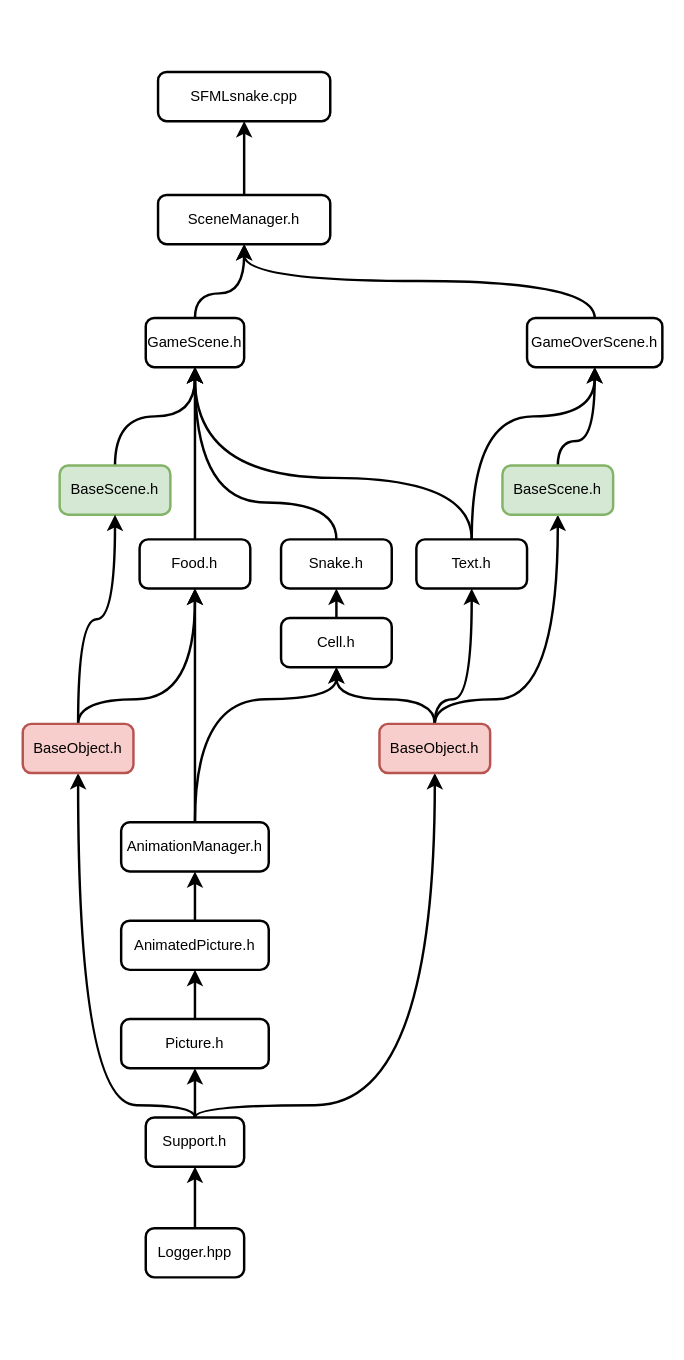
Above: importScheme.drawio in AKTOETO/SFMLsnake (draw.io), before the change. Source tidied: cells renumbered, new cells numbered last; positions are measured from the earlier drawing's top-left corner, leaving out a move shared by most shapes. Both pictures are drawn from the tidied source at 123%, with x=0, y=0 at pixel (22, 71).
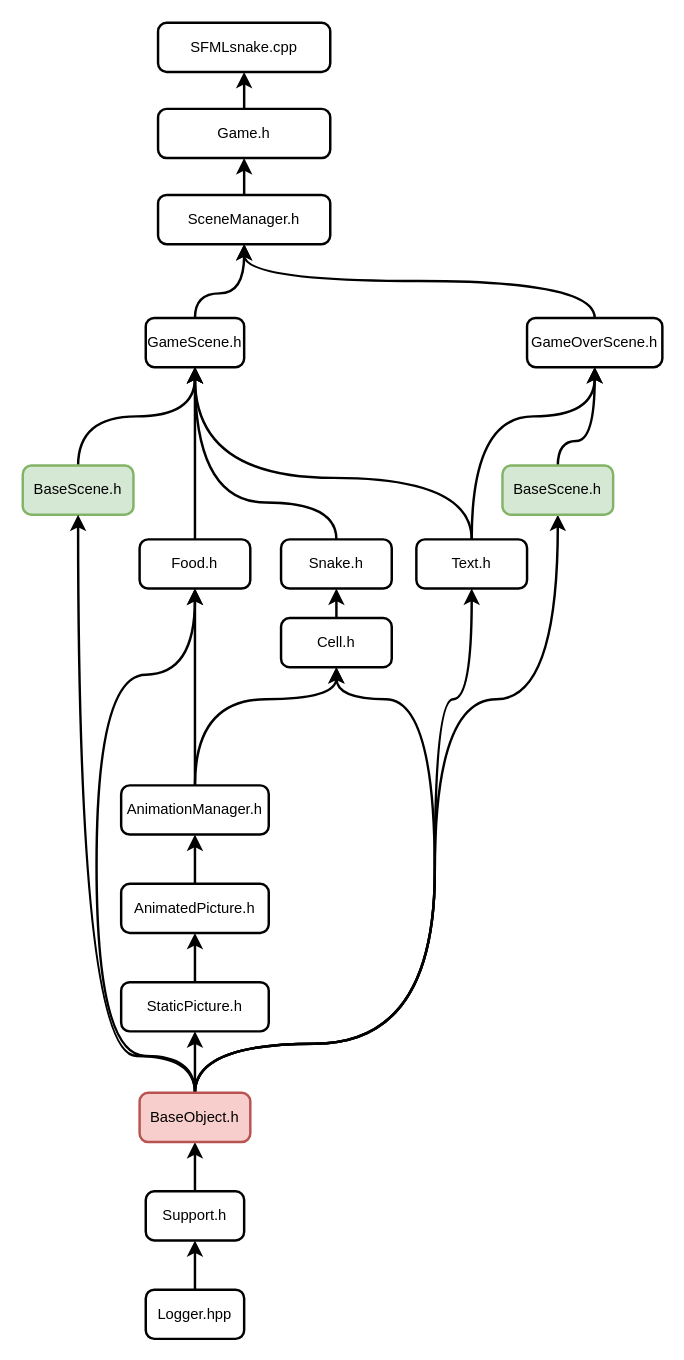
The same page after the edit.

The change refers to these unchanged cells:
```xml
<mxCell id="4" value="SceneManager.h" style="rounded=1;whiteSpace=wrap;html=1;absoluteArcSize=1;arcSize=14;strokeWidth=2;" parent="1" vertex="1">
  <mxGeometry x="110" y="100" width="140" height="40" as="geometry" />
</mxCell>
<mxCell id="20" value="Food.h" style="rounded=1;whiteSpace=wrap;html=1;absoluteArcSize=1;arcSize=14;strokeWidth=2;" parent="1" vertex="1">
  <mxGeometry x="95" y="380" width="90" height="40" as="geometry" />
</mxCell>
<mxCell id="23" value="Text.h" style="rounded=1;whiteSpace=wrap;html=1;absoluteArcSize=1;arcSize=14;strokeWidth=2;" parent="1" vertex="1">
  <mxGeometry x="320" y="380" width="90" height="40" as="geometry" />
</mxCell>
<mxCell id="25" value="Cell.h" style="rounded=1;whiteSpace=wrap;html=1;absoluteArcSize=1;arcSize=14;strokeWidth=2;" parent="1" vertex="1">
  <mxGeometry x="210" y="444" width="90" height="40" as="geometry" />
</mxCell>
<mxCell id="41" value="BaseScene.h" style="rounded=1;whiteSpace=wrap;html=1;absoluteArcSize=1;arcSize=14;strokeWidth=2;fillColor=#d5e8d4;strokeColor=#82b366;" parent="1" vertex="1">
  <mxGeometry x="390" y="320" width="90" height="40" as="geometry" />
</mxCell>
```

The edit, as a diff of the source:
```diff
@@
     <mxCell id="2" value="SFMLsnake.cpp" style="rounded=1;whiteSpace=wrap;html=1;absoluteArcSize=1;arcSize=14;strokeWidth=2;" parent="1" vertex="1">
-      <mxGeometry x="110" width="140" height="40" as="geometry" />
+      <mxGeometry x="110" y="-40" width="140" height="40" as="geometry" />
     </mxCell>
-    <mxCell id="3" style="edgeStyle=orthogonalEdgeStyle;rounded=0;jettySize=auto;html=1;exitX=0.5;exitY=0;exitDx=0;exitDy=0;entryX=0.5;entryY=1;entryDx=0;entryDy=0;strokeWidth=2;endArrow=classic;endFill=1;targetPerimeterSpacing=0;endSize=7;startSize=7;shadow=0;elbow=vertical;curved=1;" parent="1" edge="1" source="4" target="2">
-      <mxGeometry relative="1" as="geometry" />
-    </mxCell>
+    <mxCell id="42" style="edgeStyle=orthogonalEdgeStyle;rounded=0;jettySize=auto;html=1;exitX=0.5;exitY=0;exitDx=0;exitDy=0;entryX=0.5;entryY=1;entryDx=0;entryDy=0;strokeWidth=2;endSize=7;startSize=7;curved=1;" parent="1" edge="1" source="4" target="47">
+      <mxGeometry relative="1" as="geometry" />
+    </mxCell>
@@
-    <mxCell id="5" style="edgeStyle=orthogonalEdgeStyle;curved=1;rounded=0;jettySize=auto;html=1;exitX=0.5;exitY=0;exitDx=0;exitDy=0;entryX=0.5;entryY=1;entryDx=0;entryDy=0;startSize=7;endSize=7;strokeWidth=2;" parent="1" edge="1" source="8" target="32">
-      <mxGeometry relative="1" as="geometry" />
-    </mxCell>
-    <mxCell id="6" style="edgeStyle=orthogonalEdgeStyle;curved=1;rounded=0;jettySize=auto;html=1;exitX=0.5;exitY=0;exitDx=0;exitDy=0;entryX=0.5;entryY=1;entryDx=0;entryDy=0;startSize=7;endSize=7;strokeWidth=2;" parent="1" edge="1" source="8" target="35">
-      <mxGeometry relative="1" as="geometry">
-        <Array as="points">
-          <mxPoint x="140" y="840" />
-          <mxPoint x="45" y="840" />
-        </Array>
-      </mxGeometry>
-    </mxCell>
     <mxCell id="7" style="edgeStyle=orthogonalEdgeStyle;curved=1;rounded=0;jettySize=auto;html=1;exitX=0.5;exitY=0;exitDx=0;exitDy=0;entryX=0.5;entryY=1;entryDx=0;entryDy=0;startSize=7;endSize=7;strokeWidth=2;" parent="1" edge="1" source="8" target="39">
       <mxGeometry relative="1" as="geometry">
         <Array as="points">
-          <mxPoint x="140" y="840" />
-          <mxPoint x="335" y="840" />
+          <mxPoint x="140" y="880" />
+          <mxPoint x="140" y="880" />
         </Array>
       </mxGeometry>
     </mxCell>
     <mxCell id="8" value="Support.h" style="rounded=1;whiteSpace=wrap;html=1;absoluteArcSize=1;arcSize=14;strokeWidth=2;" parent="1" vertex="1">
-      <mxGeometry x="100" y="850" width="80" height="40" as="geometry" />
+      <mxGeometry x="100" y="910" width="80" height="40" as="geometry" />
     </mxCell>
@@
     <mxCell id="10" value="Logger.hpp" style="rounded=1;whiteSpace=wrap;html=1;absoluteArcSize=1;arcSize=14;strokeWidth=2;" parent="1" vertex="1">
-      <mxGeometry x="100" y="940" width="80" height="40" as="geometry" />
+      <mxGeometry x="100" y="990" width="80" height="40" as="geometry" />
     </mxCell>
@@
     <mxCell id="16" value="BaseScene.h" style="rounded=1;whiteSpace=wrap;html=1;absoluteArcSize=1;arcSize=14;strokeWidth=2;fillColor=#d5e8d4;strokeColor=#82b366;" parent="1" vertex="1">
-      <mxGeometry x="30" y="320" width="90" height="40" as="geometry" />
+      <mxGeometry y="320" width="90" height="40" as="geometry" />
     </mxCell>
@@
     <mxCell id="28" value="AnimationManager.h" style="rounded=1;whiteSpace=wrap;html=1;absoluteArcSize=1;arcSize=14;strokeWidth=2;" parent="1" vertex="1">
-      <mxGeometry x="80" y="610" width="120" height="40" as="geometry" />
+      <mxGeometry x="80" y="580" width="120" height="40" as="geometry" />
     </mxCell>
@@
     <mxCell id="30" value="AnimatedPicture.h" style="rounded=1;whiteSpace=wrap;html=1;absoluteArcSize=1;arcSize=14;strokeWidth=2;" parent="1" vertex="1">
-      <mxGeometry x="80" y="690" width="120" height="40" as="geometry" />
+      <mxGeometry x="80" y="660" width="120" height="40" as="geometry" />
     </mxCell>
@@
-    <mxCell id="32" value="Picture.h" style="rounded=1;whiteSpace=wrap;html=1;absoluteArcSize=1;arcSize=14;strokeWidth=2;" parent="1" vertex="1">
-      <mxGeometry x="80" y="770" width="120" height="40" as="geometry" />
+    <mxCell id="32" value="StaticPicture.h" style="rounded=1;whiteSpace=wrap;html=1;absoluteArcSize=1;arcSize=14;strokeWidth=2;" parent="1" vertex="1">
+      <mxGeometry x="80" y="740" width="120" height="40" as="geometry" />
     </mxCell>
-    <mxCell id="33" style="edgeStyle=orthogonalEdgeStyle;curved=1;rounded=0;jettySize=auto;html=1;exitX=0.5;exitY=0;exitDx=0;exitDy=0;entryX=0.5;entryY=1;entryDx=0;entryDy=0;startSize=7;endSize=7;strokeWidth=2;" parent="1" edge="1" source="35" target="20">
-      <mxGeometry relative="1" as="geometry">
-        <Array as="points">
-          <mxPoint x="45" y="510" />
-          <mxPoint x="140" y="510" />
-        </Array>
-      </mxGeometry>
-    </mxCell>
-    <mxCell id="34" style="edgeStyle=orthogonalEdgeStyle;rounded=0;jettySize=auto;html=1;exitX=0.5;exitY=0;exitDx=0;exitDy=0;entryX=0.5;entryY=1;entryDx=0;entryDy=0;curved=1;startSize=7;endSize=7;strokeWidth=2;" parent="1" edge="1" source="35" target="16">
-      <mxGeometry relative="1" as="geometry" />
-    </mxCell>
-    <mxCell id="35" value="BaseObject.h" style="rounded=1;whiteSpace=wrap;html=1;absoluteArcSize=1;arcSize=14;strokeWidth=2;fillColor=#f8cecc;strokeColor=#b85450;" parent="1" vertex="1">
-      <mxGeometry y="530" width="90" height="40" as="geometry" />
-    </mxCell>
     <mxCell id="36" style="edgeStyle=orthogonalEdgeStyle;curved=1;rounded=0;jettySize=auto;html=1;exitX=0.5;exitY=0;exitDx=0;exitDy=0;entryX=0.5;entryY=1;entryDx=0;entryDy=0;startSize=7;endSize=7;strokeWidth=2;" parent="1" edge="1" source="39" target="25">
       <mxGeometry relative="1" as="geometry">
         <Array as="points">
+          <mxPoint x="140" y="790" />
+          <mxPoint x="335" y="790" />
           <mxPoint x="335" y="510" />
           <mxPoint x="255" y="510" />
         </Array>
       </mxGeometry>
     </mxCell>
     <mxCell id="37" style="edgeStyle=orthogonalEdgeStyle;curved=1;rounded=0;jettySize=auto;html=1;exitX=0.5;exitY=0;exitDx=0;exitDy=0;entryX=0.5;entryY=1;entryDx=0;entryDy=0;startSize=7;endSize=7;strokeWidth=2;" parent="1" edge="1" source="39" target="23">
       <mxGeometry relative="1" as="geometry">
         <Array as="points">
+          <mxPoint x="140" y="790" />
+          <mxPoint x="335" y="790" />
           <mxPoint x="335" y="510" />
           <mxPoint x="365" y="510" />
         </Array>
       </mxGeometry>
     </mxCell>
     <mxCell id="38" style="edgeStyle=orthogonalEdgeStyle;curved=1;rounded=0;jettySize=auto;html=1;exitX=0.5;exitY=0;exitDx=0;exitDy=0;entryX=0.5;entryY=1;entryDx=0;entryDy=0;startSize=7;endSize=7;strokeWidth=2;" parent="1" edge="1" source="39" target="41">
       <mxGeometry relative="1" as="geometry">
         <Array as="points">
+          <mxPoint x="140" y="790" />
+          <mxPoint x="335" y="790" />
           <mxPoint x="335" y="510" />
           <mxPoint x="435" y="510" />
         </Array>
       </mxGeometry>
     </mxCell>
+    <mxCell id="43" style="edgeStyle=orthogonalEdgeStyle;rounded=0;jettySize=auto;html=1;exitX=0.5;exitY=0;exitDx=0;exitDy=0;entryX=0.5;entryY=1;entryDx=0;entryDy=0;curved=1;endSize=7;startSize=7;strokeWidth=2;" parent="1" edge="1" source="39" target="32">
+      <mxGeometry relative="1" as="geometry" />
+    </mxCell>
+    <mxCell id="44" style="edgeStyle=orthogonalEdgeStyle;curved=1;rounded=0;jettySize=auto;html=1;exitX=0.5;exitY=0;exitDx=0;exitDy=0;entryX=0.5;entryY=1;entryDx=0;entryDy=0;startSize=7;endSize=7;strokeWidth=2;" parent="1" edge="1" source="39" target="16">
+      <mxGeometry relative="1" as="geometry">
+        <Array as="points">
+          <mxPoint x="140" y="800" />
+          <mxPoint x="45" y="800" />
+        </Array>
+      </mxGeometry>
+    </mxCell>
+    <mxCell id="45" style="edgeStyle=orthogonalEdgeStyle;curved=1;rounded=0;jettySize=auto;html=1;exitX=0.5;exitY=0;exitDx=0;exitDy=0;entryX=0.5;entryY=1;entryDx=0;entryDy=0;startSize=7;endSize=7;strokeWidth=2;" parent="1" edge="1" source="39" target="20">
+      <mxGeometry relative="1" as="geometry">
+        <Array as="points">
+          <mxPoint x="140" y="800" />
+          <mxPoint x="60" y="800" />
+          <mxPoint x="60" y="490" />
+          <mxPoint x="140" y="490" />
+        </Array>
+      </mxGeometry>
+    </mxCell>
     <mxCell id="39" value="BaseObject.h" style="rounded=1;whiteSpace=wrap;html=1;absoluteArcSize=1;arcSize=14;strokeWidth=2;fillColor=#f8cecc;strokeColor=#b85450;" parent="1" vertex="1">
-      <mxGeometry x="290" y="530" width="90" height="40" as="geometry" />
+      <mxGeometry x="95" y="830" width="90" height="40" as="geometry" />
     </mxCell>
@@
+    <mxCell id="46" style="edgeStyle=orthogonalEdgeStyle;rounded=0;jettySize=auto;html=1;exitX=0.5;exitY=0;exitDx=0;exitDy=0;entryX=0.5;entryY=1;entryDx=0;entryDy=0;strokeWidth=2;endSize=7;startSize=7;curved=1;" parent="1" edge="1" source="47" target="2">
+      <mxGeometry relative="1" as="geometry" />
+    </mxCell>
+    <mxCell id="47" value="Game.h" style="rounded=1;whiteSpace=wrap;html=1;absoluteArcSize=1;arcSize=14;strokeWidth=2;" parent="1" vertex="1">
+      <mxGeometry x="110" y="30" width="140" height="40" as="geometry" />
+    </mxCell>
```
